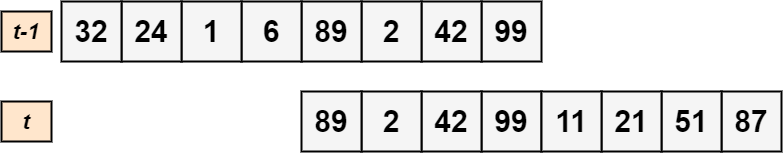
The draw.io diagram diagrams/sliding_window.png in manuelpagliuca/seta-distributed-system, before a commit. Source tidied: cells renumbered, new cells last; positions are measured from the earlier drawing's top-left corner, leaving out a move shared by most shapes.
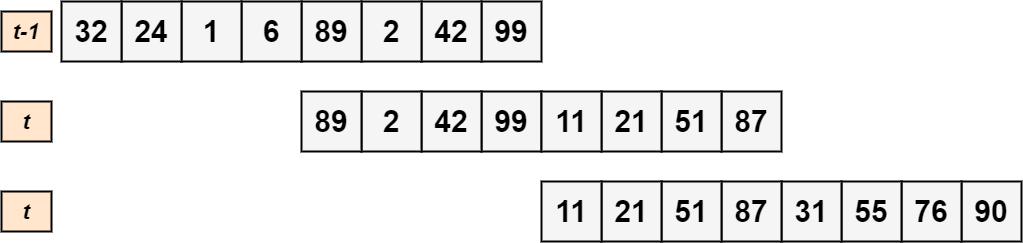
After the change.

Commit message:
changing diagram for sliding window

What changed in the source:
```diff
@@ -59,5 +59,32 @@
     <mxCell id="20" value="&lt;span style=&quot;font-size: 30px&quot;&gt;&lt;b&gt;&lt;font color=&quot;#000000&quot;&gt;11&lt;/font&gt;&lt;/b&gt;&lt;/span&gt;" style="rounded=0;whiteSpace=wrap;html=1;labelBackgroundColor=none;fillColor=#f5f5f5;fontColor=#333333;strokeColor=#000000;strokeWidth=2;" parent="4" vertex="1">
       <mxGeometry x="480" y="90" width="60" height="60" as="geometry" />
     </mxCell>
+    <mxCell id="21" value="&lt;font color=&quot;#000000&quot; size=&quot;1&quot;&gt;&lt;b style=&quot;font-size: 22px&quot;&gt;&lt;i&gt;t&lt;/i&gt;&lt;/b&gt;&lt;/font&gt;" style="rounded=0;whiteSpace=wrap;html=1;labelBackgroundColor=none;strokeWidth=2;fillColor=#ffe6cc;strokeColor=#000000;" parent="1" vertex="1">
+      <mxGeometry y="190" width="50" height="40" as="geometry" />
+    </mxCell>
+    <mxCell id="22" value="&lt;span style=&quot;font-size: 30px&quot;&gt;&lt;b&gt;&lt;font color=&quot;#000000&quot;&gt;90&lt;/font&gt;&lt;/b&gt;&lt;/span&gt;" style="rounded=0;whiteSpace=wrap;html=1;labelBackgroundColor=none;fillColor=#f5f5f5;fontColor=#333333;strokeColor=#000000;strokeWidth=2;" parent="1" vertex="1">
+      <mxGeometry x="960" y="180" width="60" height="60" as="geometry" />
+    </mxCell>
+    <mxCell id="23" value="&lt;span style=&quot;font-size: 30px&quot;&gt;&lt;b&gt;&lt;font color=&quot;#000000&quot;&gt;76&lt;/font&gt;&lt;/b&gt;&lt;/span&gt;" style="rounded=0;whiteSpace=wrap;html=1;labelBackgroundColor=none;fillColor=#f5f5f5;fontColor=#333333;strokeColor=#000000;strokeWidth=2;" parent="1" vertex="1">
+      <mxGeometry x="900" y="180" width="60" height="60" as="geometry" />
+    </mxCell>
+    <mxCell id="24" value="&lt;font color=&quot;#000000&quot;&gt;&lt;span style=&quot;font-size: 30px&quot;&gt;&lt;b&gt;55&lt;/b&gt;&lt;/span&gt;&lt;/font&gt;" style="rounded=0;whiteSpace=wrap;html=1;labelBackgroundColor=none;fillColor=#f5f5f5;fontColor=#333333;strokeColor=#000000;strokeWidth=2;" parent="1" vertex="1">
+      <mxGeometry x="840" y="180" width="60" height="60" as="geometry" />
+    </mxCell>
+    <mxCell id="25" value="&lt;span style=&quot;font-size: 30px&quot;&gt;&lt;b&gt;&lt;font color=&quot;#000000&quot;&gt;31&lt;/font&gt;&lt;/b&gt;&lt;/span&gt;" style="rounded=0;whiteSpace=wrap;html=1;labelBackgroundColor=none;fillColor=#f5f5f5;fontColor=#333333;strokeColor=#000000;strokeWidth=2;" parent="1" vertex="1">
+      <mxGeometry x="780" y="180" width="60" height="60" as="geometry" />
+    </mxCell>
+    <mxCell id="26" value="&lt;span style=&quot;font-size: 30px&quot;&gt;&lt;b&gt;&lt;font color=&quot;#000000&quot;&gt;87&lt;/font&gt;&lt;/b&gt;&lt;/span&gt;" style="rounded=0;whiteSpace=wrap;html=1;labelBackgroundColor=none;fillColor=#f5f5f5;fontColor=#333333;strokeColor=#000000;strokeWidth=2;" parent="1" vertex="1">
+      <mxGeometry x="720" y="180" width="60" height="60" as="geometry" />
+    </mxCell>
+    <mxCell id="27" value="&lt;span style=&quot;font-size: 30px&quot;&gt;&lt;b&gt;&lt;font color=&quot;#000000&quot;&gt;51&lt;/font&gt;&lt;/b&gt;&lt;/span&gt;" style="rounded=0;whiteSpace=wrap;html=1;labelBackgroundColor=none;fillColor=#f5f5f5;fontColor=#333333;strokeColor=#000000;strokeWidth=2;" parent="1" vertex="1">
+      <mxGeometry x="660" y="180" width="60" height="60" as="geometry" />
+    </mxCell>
+    <mxCell id="28" value="&lt;font color=&quot;#000000&quot;&gt;&lt;span style=&quot;font-size: 30px&quot;&gt;&lt;b&gt;21&lt;/b&gt;&lt;/span&gt;&lt;/font&gt;" style="rounded=0;whiteSpace=wrap;html=1;labelBackgroundColor=none;fillColor=#f5f5f5;fontColor=#333333;strokeColor=#000000;strokeWidth=2;" parent="1" vertex="1">
+      <mxGeometry x="600" y="180" width="60" height="60" as="geometry" />
+    </mxCell>
+    <mxCell id="29" value="&lt;span style=&quot;font-size: 30px&quot;&gt;&lt;b&gt;&lt;font color=&quot;#000000&quot;&gt;11&lt;/font&gt;&lt;/b&gt;&lt;/span&gt;" style="rounded=0;whiteSpace=wrap;html=1;labelBackgroundColor=none;fillColor=#f5f5f5;fontColor=#333333;strokeColor=#000000;strokeWidth=2;" parent="1" vertex="1">
+      <mxGeometry x="540" y="180" width="60" height="60" as="geometry" />
+    </mxCell>
   </root>
 </mxGraphModel>
```
